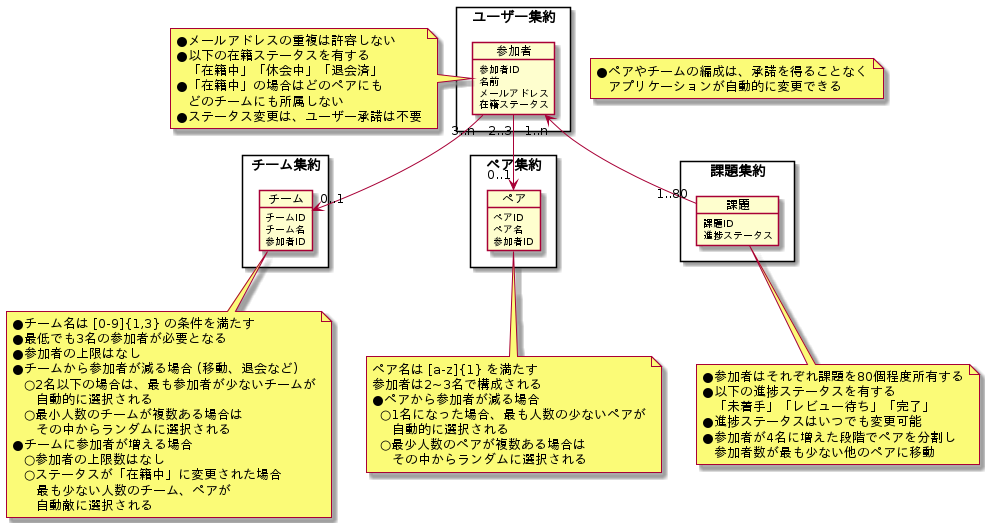
Earlier version of the PlantUML export architecture/36_DDD/assets/domainModel.png (shimopino/praha-challenges). Source of this version:
```plantuml
@startuml domainModel


skinparam PackageStyle rectangle

note as 仕様
    ●ペアやチームの編成は、承諾を得ることなく
       アプリケーションが自動的に変更できる
end note

package ユーザー集約 {
    object 参加者 {
        参加者ID
        名前
        メールアドレス
        在籍ステータス
    }
}

note left of 参加者
    ●メールアドレスの重複は許容しない
    ●以下の在籍ステータスを有する
       「在籍中」「休会中」「退会済」
    ●「在籍中」の場合はどのペアにも
       どのチームにも所属しない
    ●ステータス変更は、ユーザー承諾は不要
end note

package チーム集約 {
    object チーム {
        チームID
        チーム名
        参加者ID
    }
}

note bottom of チーム
    ●チーム名は [0-9]{1,3} の条件を満たす
    ●最低でも3名の参加者が必要となる
    ●参加者の上限はなし
    ●チームから参加者が減る場合 (移動、退会など)
       ○2名以下の場合は、最も参加者が少ないチームが
          自動的に選択される
       ○最小人数のチームが複数ある場合は
          その中からランダムに選択される
    ●チームに参加者が増える場合
       ○参加者の上限数はなし
       ○ステータスが「在籍中」に変更された場合
          最も少ない人数のチーム、ペアが
          自動敵に選択される
end note
参加者 "3..n" -down-> "0..1" チーム

package ペア集約 {
    object ペア {
        ペアID
        ペア名
        参加者ID
    }
}

note bottom of ペア
    ペア名は [a-z]{1} を満たす
    参加者は2~3名で構成される
    ●ペアから参加者が減る場合
      ○1名になった場合、最も人数の少ないペアが
         自動的に選択される
      ○最少人数のペアが複数ある場合は
         その中からランダムに選択される
end note
参加者 "2..3" -down-> "0..1" ペア

package 課題集約 {
    object 課題 {
        課題ID
        進捗ステータス
    }
}

note bottom of 課題
    ●参加者はそれぞれ課題を80個程度所有する
    ●以下の進捗ステータスを有する
       「未着手」「レビュー待ち」「完了」
    ●進捗ステータスはいつでも変更可能
    ●参加者が4名に増えた段階でペアを分割し
       参加者数が最も少ない他のペアに移動
end note
参加者 "1..n" <-- "1..80" 課題

@enduml
```
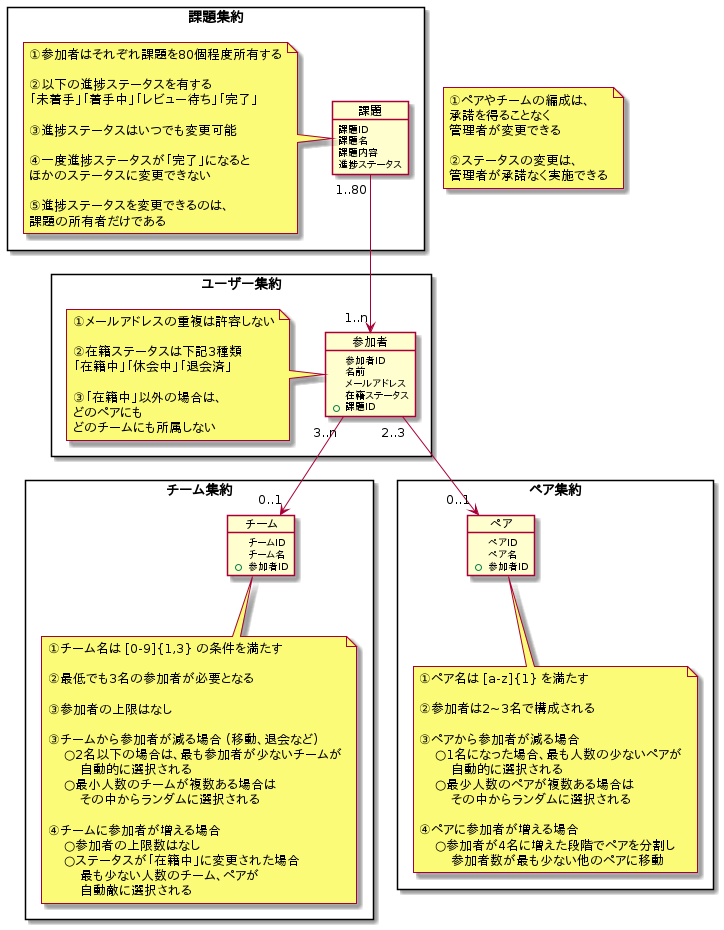
After the commit.

Commit message:
docs: ドメインモデル図をオブジェクトが状態を保持する前提で作成 #116

Diff of the diagram source:
```diff
@@ -4,8 +4,12 @@
 skinparam PackageStyle rectangle
 
 note as 仕様
-    ●ペアやチームの編成は、承諾を得ることなく
-       アプリケーションが自動的に変更できる
+    ①ペアやチームの編成は、
+    承諾を得ることなく
+    管理者が変更できる
+
+    ②ステータスの変更は、
+    管理者が承諾なく実施できる
 end note
 
 package ユーザー集約 {
@@ -14,77 +18,103 @@
         名前
         メールアドレス
         在籍ステータス
+        + 課題ID
     }
+
+    note left of 参加者
+        ①メールアドレスの重複は許容しない
+
+        ②在籍ステータスは下記3種類
+        「在籍中」「休会中」「退会済」
+
+        ③「在籍中」以外の場合は、
+        どのペアにも
+        どのチームにも所属しない
+    end note
 }
-
-note left of 参加者
-    ●メールアドレスの重複は許容しない
-    ●以下の在籍ステータスを有する
-       「在籍中」「休会中」「退会済」
-    ●「在籍中」の場合はどのペアにも
-       どのチームにも所属しない
-    ●ステータス変更は、ユーザー承諾は不要
-end note
 
 package チーム集約 {
     object チーム {
         チームID
         チーム名
-        参加者ID
+        + 参加者ID
     }
+
+    note bottom of チーム
+        ①チーム名は [0-9]{1,3} の条件を満たす
+
+        ②最低でも3名の参加者が必要となる
+
+        ③参加者の上限はなし
+
+        ③チームから参加者が減る場合 (移動、退会など)
+            ○2名以下の場合は、最も参加者が少ないチームが
+                自動的に選択される
+            ○最小人数のチームが複数ある場合は
+                その中からランダムに選択される
+
+        ④チームに参加者が増える場合
+            ○参加者の上限数はなし
+            ○ステータスが「在籍中」に変更された場合
+                最も少ない人数のチーム、ペアが
+                自動敵に選択される
+    end note
 }
 
-note bottom of チーム
-    ●チーム名は [0-9]{1,3} の条件を満たす
-    ●最低でも3名の参加者が必要となる
-    ●参加者の上限はなし
-    ●チームから参加者が減る場合 (移動、退会など)
-       ○2名以下の場合は、最も参加者が少ないチームが
-          自動的に選択される
-       ○最小人数のチームが複数ある場合は
-          その中からランダムに選択される
-    ●チームに参加者が増える場合
-       ○参加者の上限数はなし
-       ○ステータスが「在籍中」に変更された場合
-          最も少ない人数のチーム、ペアが
-          自動敵に選択される
-end note
 参加者 "3..n" -down-> "0..1" チーム
 
 package ペア集約 {
     object ペア {
         ペアID
         ペア名
-        参加者ID
+        + 参加者ID
     }
+
+    note bottom of ペア
+        ①ペア名は [a-z]{1} を満たす
+
+        ②参加者は2~3名で構成される
+
+        ③ペアから参加者が減る場合
+            ○1名になった場合、最も人数の少ないペアが
+                自動的に選択される
+            ○最少人数のペアが複数ある場合は
+                その中からランダムに選択される
+
+        ④ペアに参加者が増える場合
+            ○参加者が4名に増えた段階でペアを分割し
+                参加者数が最も少ない他のペアに移動
+    end note
 }
 
-note bottom of ペア
-    ペア名は [a-z]{1} を満たす
-    参加者は2~3名で構成される
-    ●ペアから参加者が減る場合
-      ○1名になった場合、最も人数の少ないペアが
-         自動的に選択される
-      ○最少人数のペアが複数ある場合は
-         その中からランダムに選択される
-end note
+
 参加者 "2..3" -down-> "0..1" ペア
 
 package 課題集約 {
     object 課題 {
         課題ID
+        課題名
+        課題内容
         進捗ステータス
     }
+
+    note left of 課題
+        ①参加者はそれぞれ課題を80個程度所有する
+
+        ②以下の進捗ステータスを有する
+        「未着手」「着手中」「レビュー待ち」「完了」
+
+        ③進捗ステータスはいつでも変更可能
+
+        ④一度進捗ステータスが「完了」になると
+        ほかのステータスに変更できない
+
+        ⑤進捗ステータスを変更できるのは、
+        課題の所有者だけである
+    end note
 }
 
-note bottom of 課題
-    ●参加者はそれぞれ課題を80個程度所有する
-    ●以下の進捗ステータスを有する
-       「未着手」「レビュー待ち」「完了」
-    ●進捗ステータスはいつでも変更可能
-    ●参加者が4名に増えた段階でペアを分割し
-       参加者数が最も少ない他のペアに移動
-end note
-参加者 "1..n" <-- "1..80" 課題
+
+参加者 "1..n" <-u- "1..80" 課題
 
 @enduml
```
